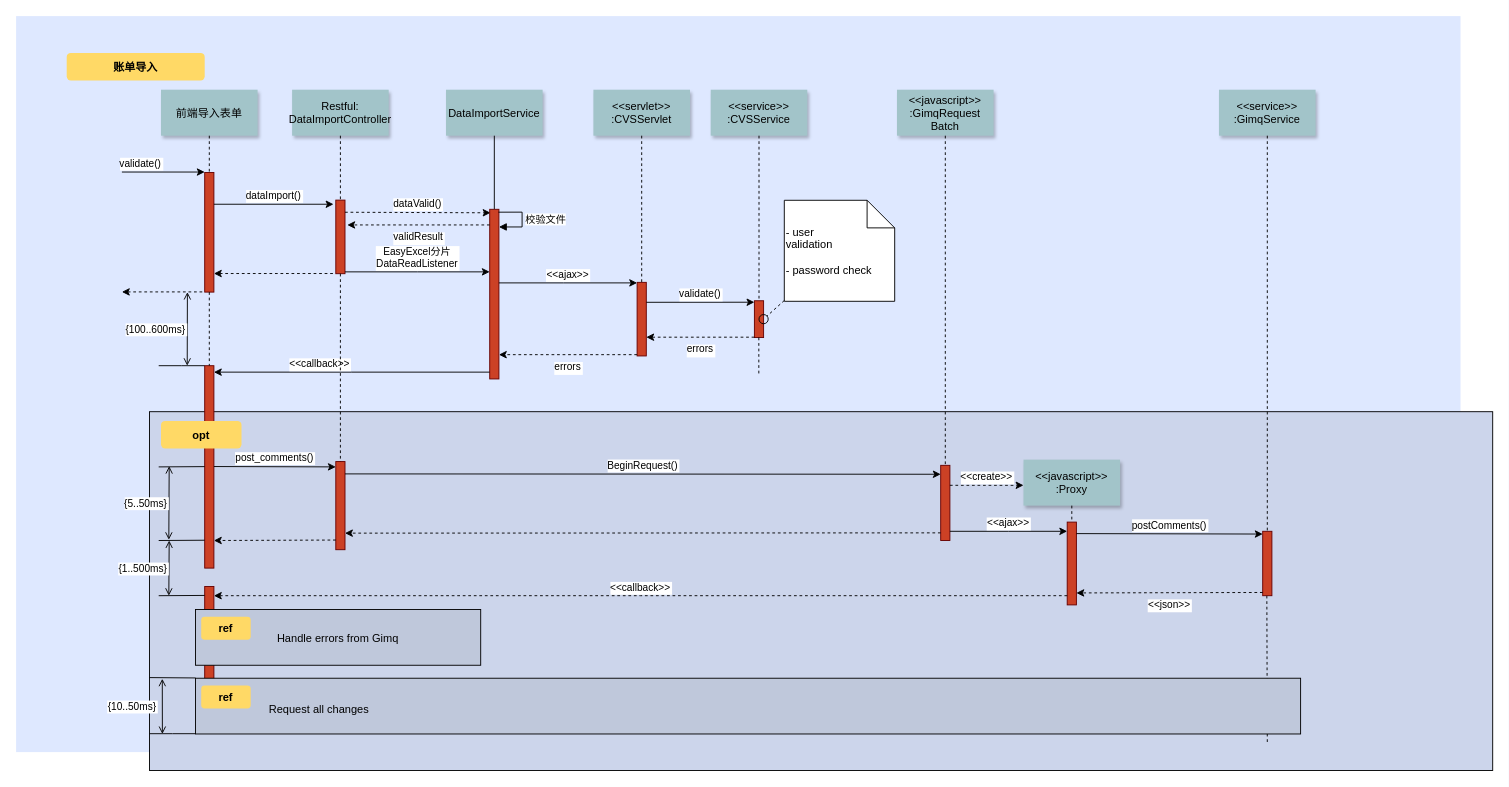
The draw.io diagram 渠道账单导入.drawio in unclequentin/diagrams, before the edit. Source tidied: cells renumbered, new cells numbered last; positions are measured from the earlier drawing's top-left corner, leaving out a move shared by most shapes. Both pictures are drawn from the tidied source at 92%, with x=0, y=0 at pixel (16, 16).
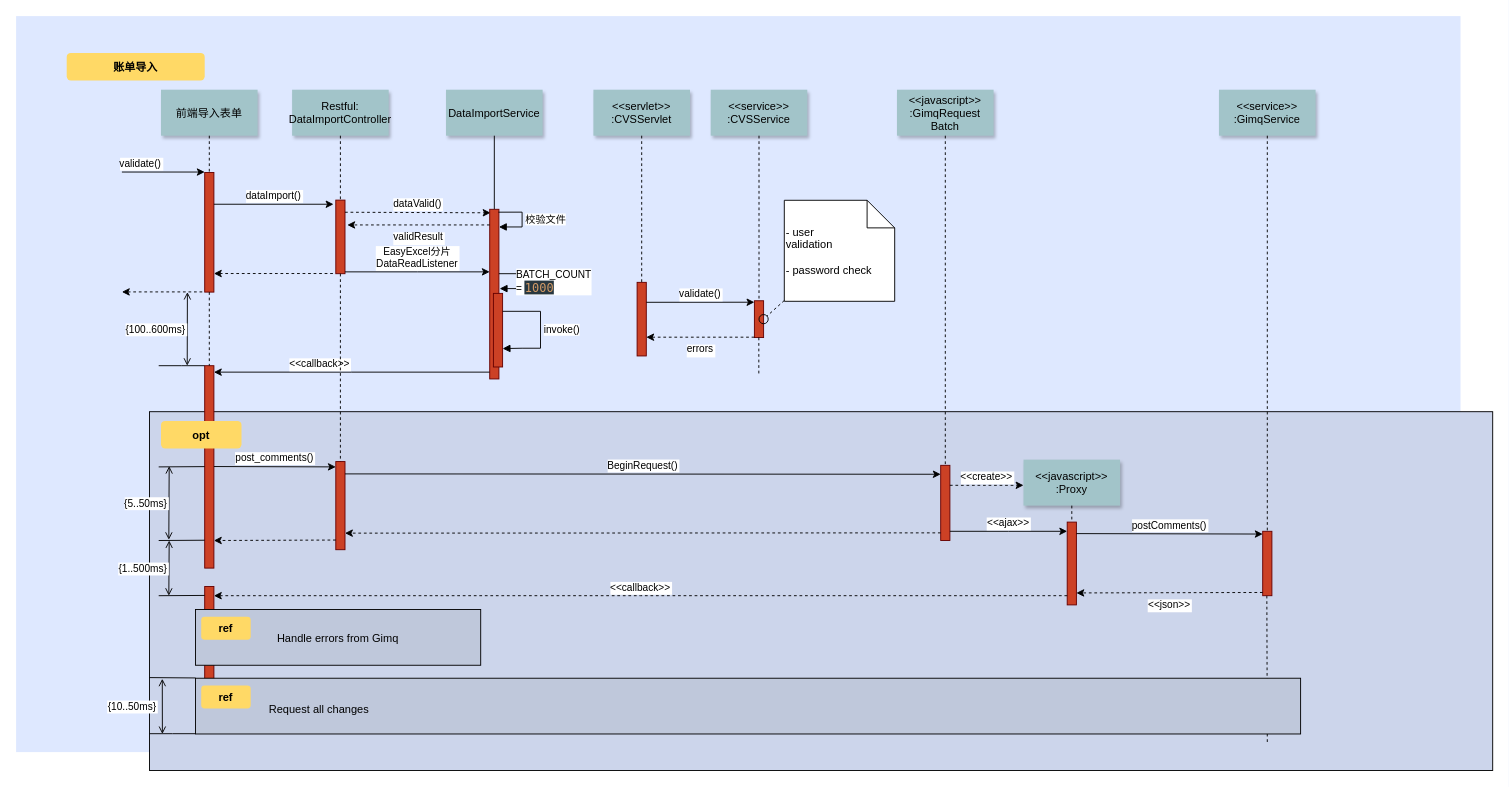
The same page after the edit.

Commit message (it also covers changes not shown here):
更新渠道账单导入.drawio

Unchanged cells that the change refers to:
```xml
<mxCell id="17" style="fillColor=#CC4125;strokeColor=#660000;" parent="1" vertex="1">
  <mxGeometry x="514.8" y="210" width="10" height="184.4" as="geometry" />
</mxCell>
<mxCell id="19" style="fillColor=#CC4125;strokeColor=#660000;" parent="1" vertex="1">
  <mxGeometry x="675" y="289.4" width="10" height="80" as="geometry" />
</mxCell>
```

The edit, as a diff of the source:
```diff
@@
-    <mxCell id="25" value="&lt;&lt;ajax&gt;&gt;" style="edgeStyle=elbowEdgeStyle;elbow=vertical;verticalLabelPosition=top;verticalAlign=bottom;rounded=0;" parent="1" edge="1" source="17" target="19">
-      <mxGeometry x="645" y="360" as="geometry">
-        <Array as="points">
-          <mxPoint x="595" y="290" />
-        </Array>
-      </mxGeometry>
-    </mxCell>
-    <mxCell id="26" value="errors" style="edgeStyle=elbowEdgeStyle;elbow=vertical;dashed=1;verticalLabelPosition=bottom;verticalAlign=top;rounded=0;" parent="1" edge="1" source="19" target="17">
-      <mxGeometry x="655" y="370" as="geometry">
-        <Array as="points">
-          <mxPoint x="598" y="368" />
-        </Array>
-      </mxGeometry>
-    </mxCell>
@@
+    <mxCell id="77" value="BATCH_COUNT &lt;br&gt;= &lt;span style=&quot;box-sizing: border-box; color: rgb(209, 154, 102); font-family: Menlo, Monaco, Consolas, &amp;quot;Courier New&amp;quot;, monospace; font-size: 13px; background-color: rgb(41, 56, 64);&quot; class=&quot;hljs-number&quot;&gt;1000&lt;/span&gt;" style="html=1;align=left;spacingLeft=2;endArrow=block;rounded=0;edgeStyle=orthogonalEdgeStyle;curved=0;rounded=0;exitX=0.949;exitY=0.017;exitDx=0;exitDy=0;exitPerimeter=0;" parent="1" edge="1">
+      <mxGeometry x="0.56" y="-7" relative="1" as="geometry">
+        <mxPoint x="524.8" y="280" as="sourcePoint" />
+        <mxPoint x="525.6" y="296.2" as="targetPoint" />
+        <Array as="points">
+          <mxPoint x="550.8" y="280" />
+          <mxPoint x="550.8" y="297" />
+          <mxPoint x="525.8" y="297" />
+        </Array>
+      </mxGeometry>
+    </mxCell>
+    <mxCell id="78" style="fillColor=#CC4125;strokeColor=#660000;" parent="1" vertex="1">
+      <mxGeometry x="518.8" y="301.4" width="10" height="80" as="geometry" />
+    </mxCell>
+    <mxCell id="79" value="invoke()" style="html=1;align=left;spacingLeft=2;endArrow=block;rounded=0;edgeStyle=orthogonalEdgeStyle;curved=0;rounded=0;exitX=0.949;exitY=0.017;exitDx=0;exitDy=0;exitPerimeter=0;entryX=1;entryY=0.75;entryDx=0;entryDy=0;" parent="1" edge="1" target="78">
+      <mxGeometry relative="1" as="geometry">
+        <mxPoint x="528.8" y="320.9" as="sourcePoint" />
+        <Array as="points">
+          <mxPoint x="570" y="321" />
+          <mxPoint x="570" y="361" />
+          <mxPoint x="550" y="361" />
+        </Array>
+      </mxGeometry>
+    </mxCell>
```
